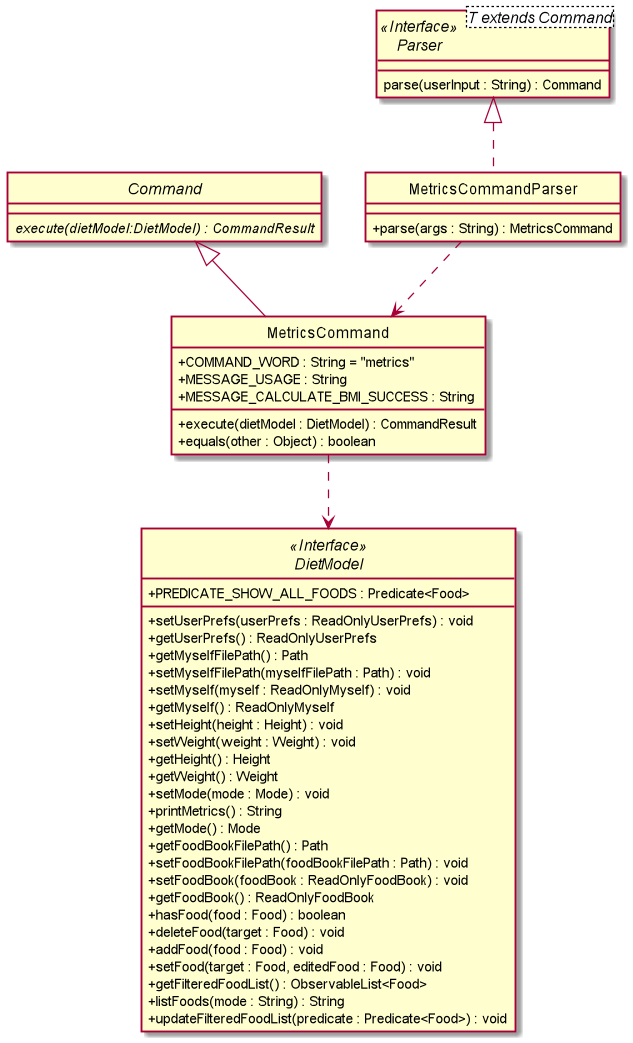
Earlier version of the PlantUML export images/DietTrackerMetricsCommandClassDiagram.png (AY1920S2-CS2103T-W13-1/main).
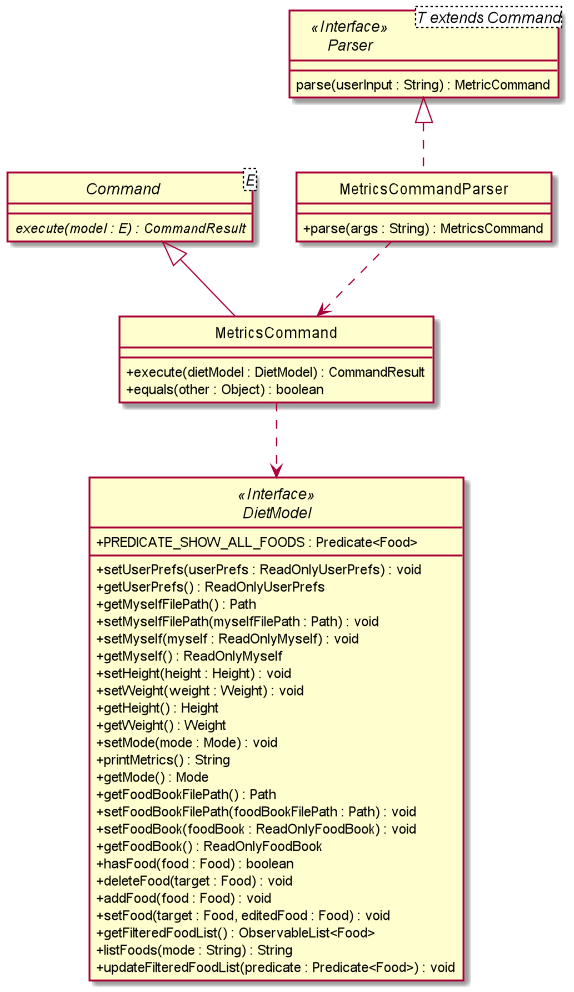
The same diagram one commit later.

What changed in the source:
```diff
@@ -9,17 +9,14 @@
 }
 
 interface Parser<T extends Command> <<Interface>> {
-    parse(userInput : String) : Command
+    parse(userInput : String) : MetricCommand
 }
 
-abstract class Command {
-    {abstract} execute(dietModel:DietModel) : CommandResult
+abstract class Command<E> {
+    {abstract} execute(model : E) : CommandResult
 }
 
 class MetricsCommand extends Command {
-    + COMMAND_WORD : String = "metrics"
-    + MESSAGE_USAGE : String
-    + MESSAGE_CALCULATE_BMI_SUCCESS : String
 
     + execute(dietModel : DietModel) : CommandResult
     + equals(other : Object) : boolean
```
